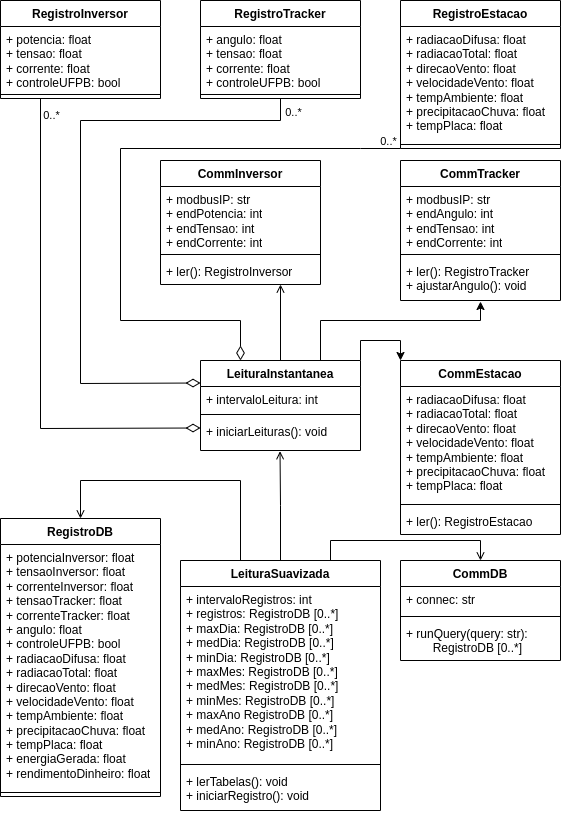
Before: diagrama de classes.drawio.png, a diagram exported from draw.io (jaedson-barbosa/supervisorio-solar-ufpb-docs). Source tidied: cells renumbered, new cells last; positions are measured from the earlier drawing's top-left corner, leaving out a move shared by most shapes.
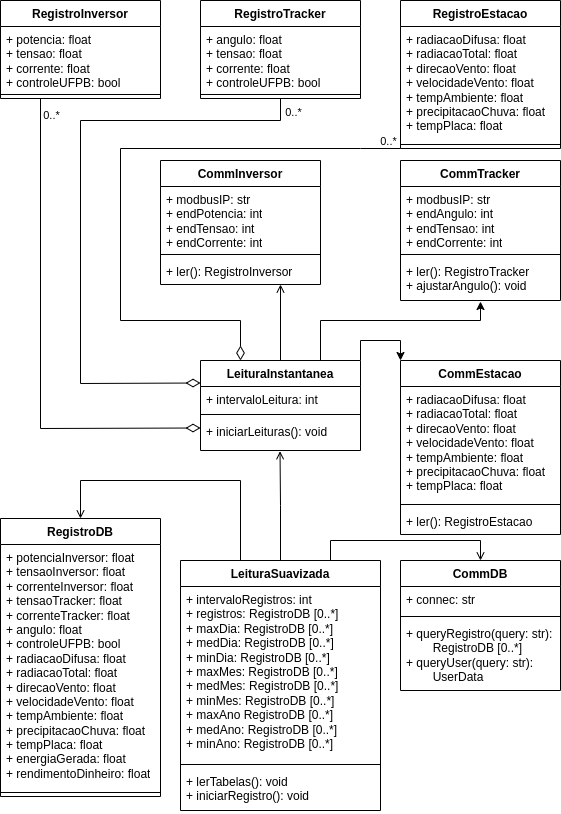
After the commit.

What changed in the source:
```diff
@@ -133,7 +133,7 @@
       <mxGeometry y="208" width="200" height="42" as="geometry" />
     </mxCell>
     <mxCell id="36" value="CommDB" style="swimlane;fontStyle=1;align=center;verticalAlign=top;horizontal=1;startSize=26;whiteSpace=wrap;html=1;" parent="1" vertex="1">
-      <mxGeometry x="400" y="560" width="160" height="100" as="geometry" />
+      <mxGeometry x="400" y="560" width="160" height="130" as="geometry" />
     </mxCell>
     <mxCell id="37" value="+ connec: str" style="text;strokeColor=none;fillColor=none;align=left;verticalAlign=top;spacingLeft=4;spacingRight=4;overflow=hidden;whiteSpace=wrap;html=1;" parent="36" vertex="1">
       <mxGeometry y="26" width="160" height="26" as="geometry" />
@@ -141,8 +141,8 @@
     <mxCell id="38" style="line;strokeWidth=1;fillColor=none;align=left;verticalAlign=middle;spacingTop=-1;spacingLeft=3;spacingRight=3;labelPosition=right;strokeColor=inherit;" parent="36" vertex="1">
       <mxGeometry y="52" width="160" height="8" as="geometry" />
     </mxCell>
-    <mxCell id="39" value="+ runQuery(query: str): &lt;span style=&quot;white-space: pre;&quot;&gt;&#9;&lt;/span&gt;RegistroDB [0..*]" style="text;strokeColor=none;fillColor=none;align=left;verticalAlign=top;spacingLeft=4;spacingRight=4;overflow=hidden;whiteSpace=wrap;html=1;" parent="36" vertex="1">
-      <mxGeometry y="60" width="160" height="40" as="geometry" />
+    <mxCell id="39" value="+ queryRegistro(query: str): &lt;span style=&quot;white-space: pre;&quot;&gt;&#9;&lt;/span&gt;RegistroDB [0..*]&lt;br&gt;+ queryUser(query: str): &lt;span style=&quot;white-space: pre;&quot;&gt;&#9;&lt;/span&gt;UserData" style="text;strokeColor=none;fillColor=none;align=left;verticalAlign=top;spacingLeft=4;spacingRight=4;overflow=hidden;whiteSpace=wrap;html=1;" parent="36" vertex="1">
+      <mxGeometry y="60" width="160" height="70" as="geometry" />
     </mxCell>
     <mxCell id="40" style="edgeStyle=orthogonalEdgeStyle;rounded=0;jettySize=auto;html=1;exitX=0.5;exitY=0;exitDx=0;exitDy=0;entryX=0.75;entryY=1;entryDx=0;entryDy=0;endArrow=open;endFill=0;" parent="1" edge="1" source="43" target="17">
       <mxGeometry relative="1" as="geometry" />
```
